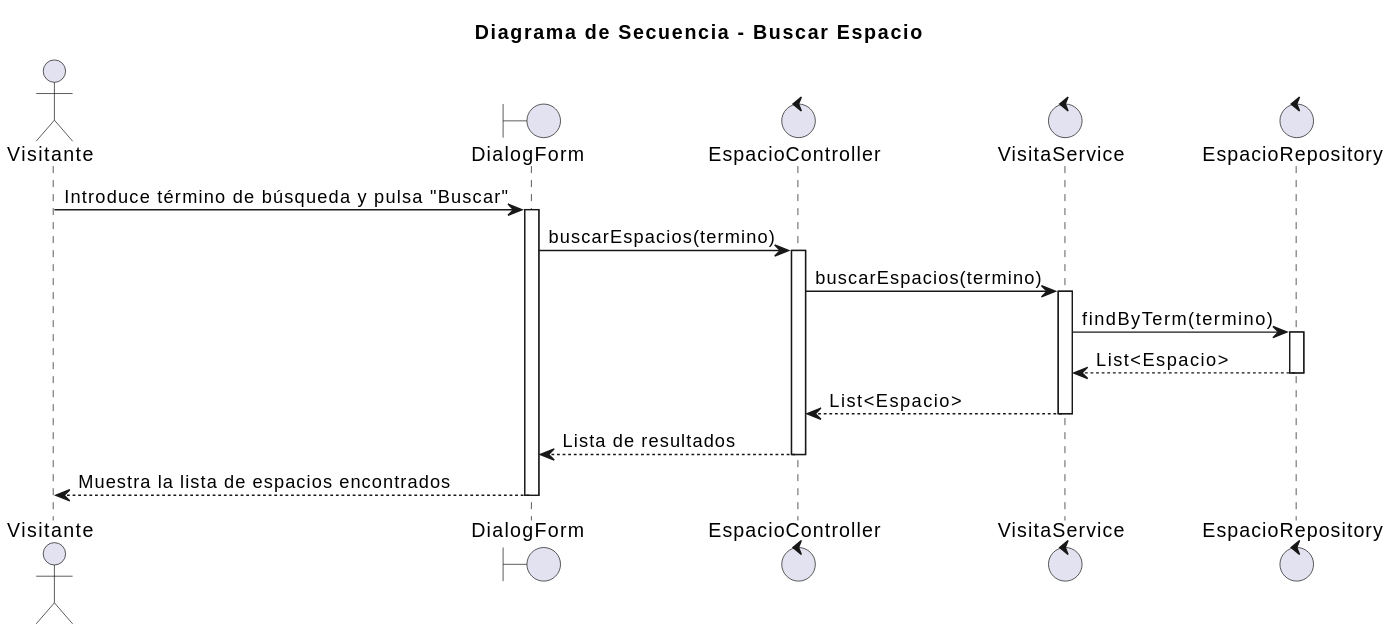
The PlantUML diagram images/02-diseño/01-Visitante/buscarEspacio/buscarEspacio.svg in mmasias/25-26-idsw2-sdVC, before a commit.
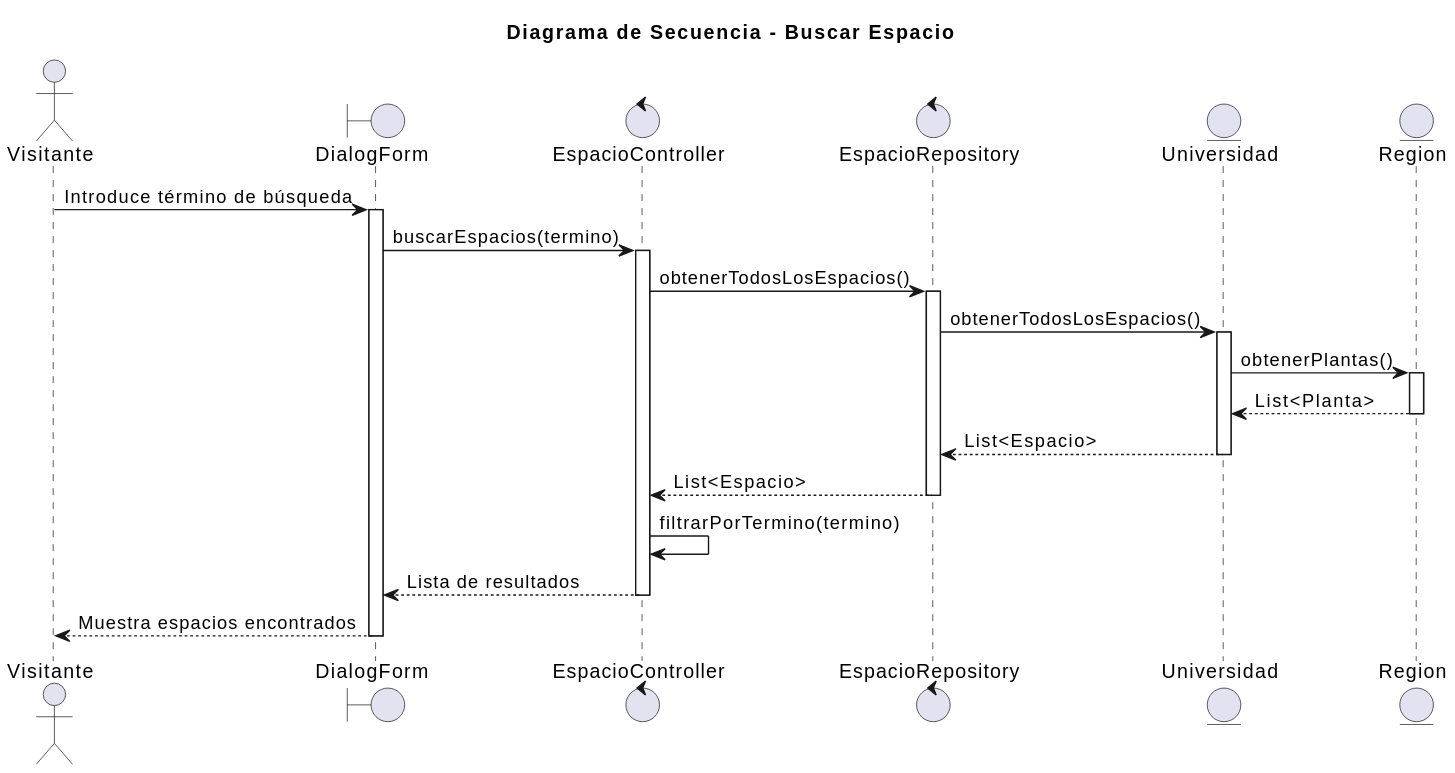
Above is the later version.

Change to the diagram source:
```diff
@@ -4,23 +4,29 @@
 actor "Visitante" as visitor
 boundary "DialogForm" as view
 control "EspacioController" as controller
-control "VisitaService" as service
 control "EspacioRepository" as repository
+entity "Universidad" as uni
+entity "Region" as reg
 
-visitor -> view: Introduce término de búsqueda y pulsa "Buscar"
+visitor -> view: Introduce término de búsqueda
 activate view
 view -> controller: buscarEspacios(termino)
 activate controller
-controller -> service: buscarEspacios(termino)
-activate service
-service -> repository: findByTerm(termino)
+controller -> repository: obtenerTodosLosEspacios()
 activate repository
-repository --> service: List<Espacio>
+repository -> uni: obtenerTodosLosEspacios()
+activate uni
+uni -> reg: obtenerPlantas()
+activate reg
+reg --> uni: List<Planta>
+deactivate reg
+uni --> repository: List<Espacio>
+deactivate uni
+repository --> controller: List<Espacio>
 deactivate repository
-service --> controller: List<Espacio>
-deactivate service
+controller -> controller: filtrarPorTermino(termino)
 controller --> view: Lista de resultados
 deactivate controller
-view --> visitor: Muestra la lista de espacios encontrados
+view --> visitor: Muestra espacios encontrados
 deactivate view
 @enduml
```
